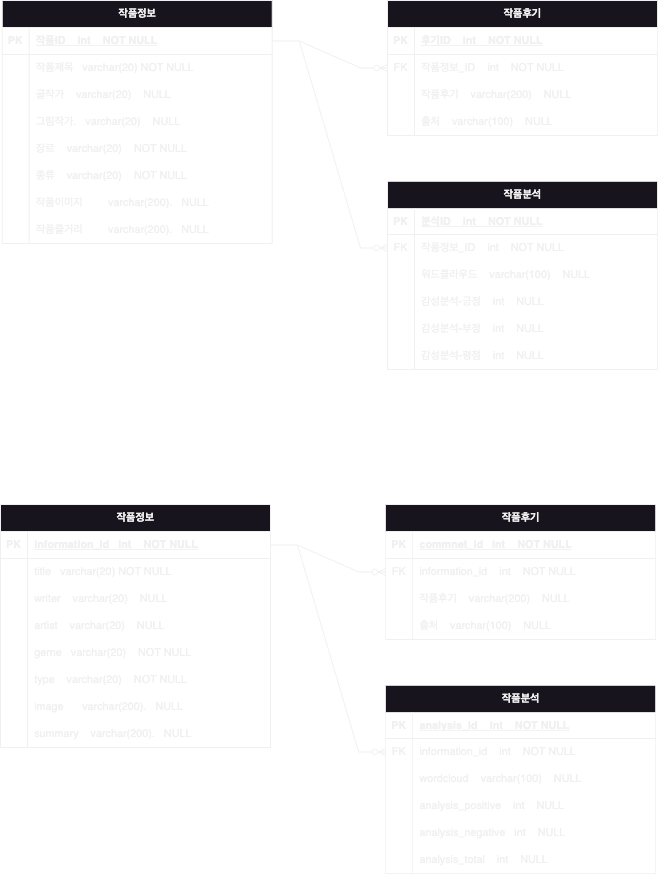
Above: Day22/ER다이어그램_보완.png in HyeJin-Lee-ROK/AI_Web_Program (draw.io), before the change. Source tidied: cells renumbered, new cells last; positions are measured from the earlier drawing's top-left corner, leaving out a move shared by most shapes.
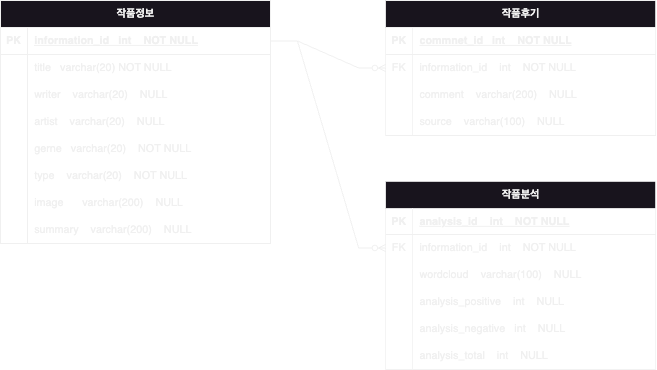
Above is the later version.

Commit message:
Day22 과제_이미지 수정

Change to the diagram source:
```diff
@@ -2,183 +2,6 @@
   <root>
     <mxCell id="0" />
     <mxCell id="1" parent="0" />
-    <mxCell id="2" value="작품후기" style="shape=table;startSize=30;rowLines=0;fontStyle=1;align=center;html=1;" parent="1" vertex="1">
-      <mxGeometry x="430" width="300" height="150" as="geometry" />
-    </mxCell>
-    <mxCell id="3" style="shape=tableRow;horizontal=0;startSize=0;swimlaneHead=0;swimlaneBody=0;fillColor=none;top=0;left=0;right=0;bottom=1;" parent="2" vertex="1">
-      <mxGeometry y="30" width="300" height="30" as="geometry" />
-    </mxCell>
-    <mxCell id="4" value="PK" style="shape=partialRectangle;fillColor=none;top=0;left=0;bottom=0;right=0;fontStyle=1;overflow=hidden;whiteSpace=wrap;html=1;" parent="3" vertex="1">
-      <mxGeometry width="30" height="30" as="geometry" />
-    </mxCell>
-    <mxCell id="5" value="후기ID&amp;nbsp; &amp;nbsp; int&amp;nbsp; &amp;nbsp; NOT NULL" style="shape=partialRectangle;fillColor=none;top=0;left=0;bottom=0;right=0;align=left;spacingLeft=6;fontStyle=5;overflow=hidden;whiteSpace=wrap;html=1;" parent="3" vertex="1">
-      <mxGeometry x="30" width="270" height="30" as="geometry" />
-    </mxCell>
-    <mxCell id="6" style="shape=tableRow;horizontal=0;startSize=0;swimlaneHead=0;swimlaneBody=0;fillColor=none;points=[[0,0.5],[1,0.5]];portConstraint=eastwest;top=0;left=0;right=0;bottom=0;" parent="2" vertex="1">
-      <mxGeometry y="60" width="300" height="30" as="geometry" />
-    </mxCell>
-    <mxCell id="7" value="FK" style="shape=partialRectangle;fillColor=none;top=0;left=0;bottom=0;right=0;overflow=hidden;whiteSpace=wrap;html=1;" parent="6" vertex="1">
-      <mxGeometry width="30" height="30" as="geometry" />
-    </mxCell>
-    <mxCell id="8" value="작품정보_ID&amp;nbsp; &amp;nbsp; int&amp;nbsp; &amp;nbsp; NOT NULL" style="shape=partialRectangle;fillColor=none;top=0;left=0;bottom=0;right=0;align=left;spacingLeft=6;overflow=hidden;whiteSpace=wrap;html=1;" parent="6" vertex="1">
-      <mxGeometry x="30" width="270" height="30" as="geometry" />
-    </mxCell>
-    <mxCell id="9" style="shape=tableRow;horizontal=0;startSize=0;swimlaneHead=0;swimlaneBody=0;fillColor=none;top=0;left=0;right=0;bottom=0;" parent="2" vertex="1">
-      <mxGeometry y="90" width="300" height="30" as="geometry" />
-    </mxCell>
-    <mxCell id="10" style="shape=partialRectangle;fillColor=none;top=0;left=0;bottom=0;right=0;overflow=hidden;whiteSpace=wrap;html=1;" parent="9" vertex="1">
-      <mxGeometry width="30" height="30" as="geometry" />
-    </mxCell>
-    <mxCell id="11" value="작품후기&amp;nbsp; &amp;nbsp; varchar(200)&amp;nbsp; &amp;nbsp; NULL" style="shape=partialRectangle;fillColor=none;top=0;left=0;bottom=0;right=0;align=left;spacingLeft=6;overflow=hidden;whiteSpace=wrap;html=1;" parent="9" vertex="1">
-      <mxGeometry x="30" width="270" height="30" as="geometry" />
-    </mxCell>
-    <mxCell id="12" style="shape=tableRow;horizontal=0;startSize=0;swimlaneHead=0;swimlaneBody=0;fillColor=none;top=0;left=0;right=0;bottom=0;" parent="2" vertex="1">
-      <mxGeometry y="120" width="300" height="30" as="geometry" />
-    </mxCell>
-    <mxCell id="13" style="shape=partialRectangle;fillColor=none;top=0;left=0;bottom=0;right=0;overflow=hidden;whiteSpace=wrap;html=1;" parent="12" vertex="1">
-      <mxGeometry width="30" height="30" as="geometry" />
-    </mxCell>
-    <mxCell id="14" value="출처&amp;nbsp; &amp;nbsp; varchar(100)&amp;nbsp; &amp;nbsp; NULL" style="shape=partialRectangle;fillColor=none;top=0;left=0;bottom=0;right=0;align=left;spacingLeft=6;overflow=hidden;whiteSpace=wrap;html=1;" parent="12" vertex="1">
-      <mxGeometry x="30" width="270" height="30" as="geometry" />
-    </mxCell>
-    <mxCell id="15" value="작품정보" style="shape=table;startSize=30;rowLines=0;fontStyle=1;align=center;html=1;" parent="1" vertex="1">
-      <mxGeometry x="2" width="300" height="270" as="geometry" />
-    </mxCell>
-    <mxCell id="16" style="shape=tableRow;horizontal=0;startSize=0;swimlaneHead=0;swimlaneBody=0;fillColor=none;points=[[0,0.5],[1,0.5]];portConstraint=eastwest;top=0;left=0;right=0;bottom=1;" parent="15" vertex="1">
-      <mxGeometry y="30" width="300" height="30" as="geometry" />
-    </mxCell>
-    <mxCell id="17" value="PK" style="shape=partialRectangle;fillColor=none;top=0;left=0;bottom=0;right=0;fontStyle=1;overflow=hidden;whiteSpace=wrap;html=1;" parent="16" vertex="1">
-      <mxGeometry width="30" height="30" as="geometry" />
-    </mxCell>
-    <mxCell id="18" value="작품ID&amp;nbsp; &amp;nbsp; int&amp;nbsp; &amp;nbsp; NOT NULL" style="shape=partialRectangle;fillColor=none;top=0;left=0;bottom=0;right=0;align=left;spacingLeft=6;fontStyle=5;overflow=hidden;whiteSpace=wrap;html=1;" parent="16" vertex="1">
-      <mxGeometry x="30" width="270" height="30" as="geometry" />
-    </mxCell>
-    <mxCell id="19" style="shape=tableRow;horizontal=0;startSize=0;swimlaneHead=0;swimlaneBody=0;fillColor=none;top=0;left=0;right=0;bottom=0;" parent="15" vertex="1">
-      <mxGeometry y="60" width="300" height="30" as="geometry" />
-    </mxCell>
-    <mxCell id="20" style="shape=partialRectangle;fillColor=none;top=0;left=0;bottom=0;right=0;overflow=hidden;whiteSpace=wrap;html=1;" parent="19" vertex="1">
-      <mxGeometry width="30" height="30" as="geometry" />
-    </mxCell>
-    <mxCell id="21" value="작품제목&amp;nbsp; &amp;nbsp;varchar(20) NOT NULL" style="shape=partialRectangle;fillColor=none;top=0;left=0;bottom=0;right=0;align=left;spacingLeft=6;overflow=hidden;whiteSpace=wrap;html=1;" parent="19" vertex="1">
-      <mxGeometry x="30" width="270" height="30" as="geometry" />
-    </mxCell>
-    <mxCell id="22" style="shape=tableRow;horizontal=0;startSize=0;swimlaneHead=0;swimlaneBody=0;fillColor=none;top=0;left=0;right=0;bottom=0;" parent="15" vertex="1">
-      <mxGeometry y="90" width="300" height="30" as="geometry" />
-    </mxCell>
-    <mxCell id="23" style="shape=partialRectangle;fillColor=none;top=0;left=0;bottom=0;right=0;overflow=hidden;whiteSpace=wrap;html=1;" parent="22" vertex="1">
-      <mxGeometry width="30" height="30" as="geometry" />
-    </mxCell>
-    <mxCell id="24" value="글작가&amp;nbsp; &amp;nbsp; varchar(20)&amp;nbsp; &amp;nbsp; NULL" style="shape=partialRectangle;fillColor=none;top=0;left=0;bottom=0;right=0;align=left;spacingLeft=6;overflow=hidden;whiteSpace=wrap;html=1;" parent="22" vertex="1">
-      <mxGeometry x="30" width="270" height="30" as="geometry" />
-    </mxCell>
-    <mxCell id="25" style="shape=tableRow;horizontal=0;startSize=0;swimlaneHead=0;swimlaneBody=0;fillColor=none;top=0;left=0;right=0;bottom=0;" parent="15" vertex="1">
-      <mxGeometry y="120" width="300" height="30" as="geometry" />
-    </mxCell>
-    <mxCell id="26" style="shape=partialRectangle;fillColor=none;top=0;left=0;bottom=0;right=0;overflow=hidden;whiteSpace=wrap;html=1;" parent="25" vertex="1">
-      <mxGeometry width="30" height="30" as="geometry" />
-    </mxCell>
-    <mxCell id="27" value="그림작가.&amp;nbsp; &amp;nbsp;varchar(20)&amp;nbsp; &amp;nbsp; NULL" style="shape=partialRectangle;fillColor=none;top=0;left=0;bottom=0;right=0;align=left;spacingLeft=6;overflow=hidden;whiteSpace=wrap;html=1;" parent="25" vertex="1">
-      <mxGeometry x="30" width="270" height="30" as="geometry" />
-    </mxCell>
-    <mxCell id="28" style="shape=tableRow;horizontal=0;startSize=0;swimlaneHead=0;swimlaneBody=0;fillColor=none;top=0;left=0;right=0;bottom=0;" parent="15" vertex="1">
-      <mxGeometry y="150" width="300" height="30" as="geometry" />
-    </mxCell>
-    <mxCell id="29" style="shape=partialRectangle;fillColor=none;top=0;left=0;bottom=0;right=0;overflow=hidden;whiteSpace=wrap;html=1;" parent="28" vertex="1">
-      <mxGeometry width="30" height="30" as="geometry" />
-    </mxCell>
-    <mxCell id="30" value="장르&amp;nbsp; &amp;nbsp; varchar(20)&amp;nbsp; &amp;nbsp; NOT NULL" style="shape=partialRectangle;fillColor=none;top=0;left=0;bottom=0;right=0;align=left;spacingLeft=6;overflow=hidden;whiteSpace=wrap;html=1;" parent="28" vertex="1">
-      <mxGeometry x="30" width="270" height="30" as="geometry" />
-    </mxCell>
-    <mxCell id="31" style="shape=tableRow;horizontal=0;startSize=0;swimlaneHead=0;swimlaneBody=0;fillColor=none;top=0;left=0;right=0;bottom=0;" parent="15" vertex="1">
-      <mxGeometry y="180" width="300" height="30" as="geometry" />
-    </mxCell>
-    <mxCell id="32" style="shape=partialRectangle;fillColor=none;top=0;left=0;bottom=0;right=0;overflow=hidden;whiteSpace=wrap;html=1;" parent="31" vertex="1">
-      <mxGeometry width="30" height="30" as="geometry" />
-    </mxCell>
-    <mxCell id="33" value="종류&amp;nbsp; &amp;nbsp; varchar(20)&amp;nbsp; &amp;nbsp; NOT NULL" style="shape=partialRectangle;fillColor=none;top=0;left=0;bottom=0;right=0;align=left;spacingLeft=6;overflow=hidden;whiteSpace=wrap;html=1;" parent="31" vertex="1">
-      <mxGeometry x="30" width="270" height="30" as="geometry" />
-    </mxCell>
-    <mxCell id="34" style="shape=tableRow;horizontal=0;startSize=0;swimlaneHead=0;swimlaneBody=0;fillColor=none;top=0;left=0;right=0;bottom=0;" parent="15" vertex="1">
-      <mxGeometry y="210" width="300" height="30" as="geometry" />
-    </mxCell>
-    <mxCell id="35" style="shape=partialRectangle;fillColor=none;top=0;left=0;bottom=0;right=0;overflow=hidden;whiteSpace=wrap;html=1;" parent="34" vertex="1">
-      <mxGeometry width="30" height="30" as="geometry" />
-    </mxCell>
-    <mxCell id="36" value="작품이미지&lt;span style=&quot;white-space: pre;&quot;&gt;&#9;&lt;/span&gt;varchar(200).&amp;nbsp; &amp;nbsp;NULL" style="shape=partialRectangle;fillColor=none;top=0;left=0;bottom=0;right=0;align=left;spacingLeft=6;overflow=hidden;whiteSpace=wrap;html=1;" parent="34" vertex="1">
-      <mxGeometry x="30" width="270" height="30" as="geometry" />
-    </mxCell>
-    <mxCell id="37" style="shape=tableRow;horizontal=0;startSize=0;swimlaneHead=0;swimlaneBody=0;fillColor=none;top=0;left=0;right=0;bottom=0;" parent="15" vertex="1">
-      <mxGeometry y="240" width="300" height="30" as="geometry" />
-    </mxCell>
-    <mxCell id="38" style="shape=partialRectangle;fillColor=none;top=0;left=0;bottom=0;right=0;overflow=hidden;whiteSpace=wrap;html=1;" parent="37" vertex="1">
-      <mxGeometry width="30" height="30" as="geometry" />
-    </mxCell>
-    <mxCell id="39" value="작품줄거리&lt;span style=&quot;white-space: pre;&quot;&gt;&#9;&lt;/span&gt;varchar(200).&amp;nbsp; &amp;nbsp;NULL" style="shape=partialRectangle;fillColor=none;top=0;left=0;bottom=0;right=0;align=left;spacingLeft=6;overflow=hidden;whiteSpace=wrap;html=1;" parent="37" vertex="1">
-      <mxGeometry x="30" width="270" height="30" as="geometry" />
-    </mxCell>
-    <mxCell id="40" value="작품분석" style="shape=table;startSize=30;rowLines=0;fontStyle=1;align=center;html=1;" parent="1" vertex="1">
-      <mxGeometry x="430" y="201" width="300" height="209" as="geometry" />
-    </mxCell>
-    <mxCell id="41" style="shape=tableRow;horizontal=0;startSize=0;swimlaneHead=0;swimlaneBody=0;fillColor=none;top=0;left=0;right=0;bottom=1;" parent="40" vertex="1">
-      <mxGeometry y="30" width="300" height="29" as="geometry" />
-    </mxCell>
-    <mxCell id="42" value="PK" style="shape=partialRectangle;fillColor=none;top=0;left=0;bottom=0;right=0;fontStyle=1;overflow=hidden;whiteSpace=wrap;html=1;" parent="41" vertex="1">
-      <mxGeometry width="30" height="29" as="geometry" />
-    </mxCell>
-    <mxCell id="43" value="분석ID&amp;nbsp; &amp;nbsp; int&amp;nbsp; &amp;nbsp; NOT NULL" style="shape=partialRectangle;fillColor=none;top=0;left=0;bottom=0;right=0;align=left;spacingLeft=6;fontStyle=5;overflow=hidden;whiteSpace=wrap;html=1;" parent="41" vertex="1">
-      <mxGeometry x="30" width="270" height="29" as="geometry" />
-    </mxCell>
-    <mxCell id="44" style="shape=tableRow;horizontal=0;startSize=0;swimlaneHead=0;swimlaneBody=0;fillColor=none;points=[[0,0.5],[1,0.5]];portConstraint=eastwest;top=0;left=0;right=0;bottom=0;" parent="40" vertex="1">
-      <mxGeometry y="59" width="300" height="30" as="geometry" />
-    </mxCell>
-    <mxCell id="45" value="FK" style="shape=partialRectangle;fillColor=none;top=0;left=0;bottom=0;right=0;overflow=hidden;whiteSpace=wrap;html=1;" parent="44" vertex="1">
-      <mxGeometry width="30" height="30" as="geometry" />
-    </mxCell>
-    <mxCell id="46" value="작품정보_ID&amp;nbsp; &amp;nbsp; int&amp;nbsp; &amp;nbsp; NOT NULL" style="shape=partialRectangle;fillColor=none;top=0;left=0;bottom=0;right=0;align=left;spacingLeft=6;overflow=hidden;whiteSpace=wrap;html=1;" parent="44" vertex="1">
-      <mxGeometry x="30" width="270" height="30" as="geometry" />
-    </mxCell>
-    <mxCell id="47" style="shape=tableRow;horizontal=0;startSize=0;swimlaneHead=0;swimlaneBody=0;fillColor=none;top=0;left=0;right=0;bottom=0;" parent="40" vertex="1">
-      <mxGeometry y="89" width="300" height="30" as="geometry" />
-    </mxCell>
-    <mxCell id="48" style="shape=partialRectangle;fillColor=none;top=0;left=0;bottom=0;right=0;overflow=hidden;whiteSpace=wrap;html=1;" parent="47" vertex="1">
-      <mxGeometry width="30" height="30" as="geometry" />
-    </mxCell>
-    <mxCell id="49" value="워드클라우드&amp;nbsp; &amp;nbsp; varchar(100)&amp;nbsp; &amp;nbsp; NULL" style="shape=partialRectangle;fillColor=none;top=0;left=0;bottom=0;right=0;align=left;spacingLeft=6;overflow=hidden;whiteSpace=wrap;html=1;" parent="47" vertex="1">
-      <mxGeometry x="30" width="270" height="30" as="geometry" />
-    </mxCell>
-    <mxCell id="50" style="shape=tableRow;horizontal=0;startSize=0;swimlaneHead=0;swimlaneBody=0;fillColor=none;top=0;left=0;right=0;bottom=0;" parent="40" vertex="1">
-      <mxGeometry y="119" width="300" height="30" as="geometry" />
-    </mxCell>
-    <mxCell id="51" style="shape=partialRectangle;fillColor=none;top=0;left=0;bottom=0;right=0;overflow=hidden;whiteSpace=wrap;html=1;" parent="50" vertex="1">
-      <mxGeometry width="30" height="30" as="geometry" />
-    </mxCell>
-    <mxCell id="52" value="감성분석-긍정&amp;nbsp; &amp;nbsp; int&amp;nbsp; &amp;nbsp; NULL" style="shape=partialRectangle;fillColor=none;top=0;left=0;bottom=0;right=0;align=left;spacingLeft=6;overflow=hidden;whiteSpace=wrap;html=1;" parent="50" vertex="1">
-      <mxGeometry x="30" width="270" height="30" as="geometry" />
-    </mxCell>
-    <mxCell id="53" style="shape=tableRow;horizontal=0;startSize=0;swimlaneHead=0;swimlaneBody=0;fillColor=none;top=0;left=0;right=0;bottom=0;" parent="40" vertex="1">
-      <mxGeometry y="149" width="300" height="30" as="geometry" />
-    </mxCell>
-    <mxCell id="54" style="shape=partialRectangle;fillColor=none;top=0;left=0;bottom=0;right=0;overflow=hidden;whiteSpace=wrap;html=1;" parent="53" vertex="1">
-      <mxGeometry width="30" height="30" as="geometry" />
-    </mxCell>
-    <mxCell id="55" value="감성분석-부정&amp;nbsp; &amp;nbsp; int&amp;nbsp; &amp;nbsp; NULL" style="shape=partialRectangle;fillColor=none;top=0;left=0;bottom=0;right=0;align=left;spacingLeft=6;overflow=hidden;whiteSpace=wrap;html=1;" parent="53" vertex="1">
-      <mxGeometry x="30" width="270" height="30" as="geometry" />
-    </mxCell>
-    <mxCell id="56" style="shape=tableRow;horizontal=0;startSize=0;swimlaneHead=0;swimlaneBody=0;fillColor=none;top=0;left=0;right=0;bottom=0;" parent="40" vertex="1">
-      <mxGeometry y="179" width="300" height="30" as="geometry" />
-    </mxCell>
-    <mxCell id="57" style="shape=partialRectangle;fillColor=none;top=0;left=0;bottom=0;right=0;overflow=hidden;whiteSpace=wrap;html=1;" parent="56" vertex="1">
-      <mxGeometry width="30" height="30" as="geometry" />
-    </mxCell>
-    <mxCell id="58" value="감성분석-평점&amp;nbsp; &amp;nbsp; int&amp;nbsp; &amp;nbsp; NULL" style="shape=partialRectangle;fillColor=none;top=0;left=0;bottom=0;right=0;align=left;spacingLeft=6;overflow=hidden;whiteSpace=wrap;html=1;" parent="56" vertex="1">
-      <mxGeometry x="30" width="270" height="30" as="geometry" />
-    </mxCell>
-    <mxCell id="59" style="edgeStyle=entityRelationEdgeStyle;fontSize=12;html=1;endArrow=ERzeroToMany;endFill=1;rounded=0;exitX=1;exitY=0.5;exitDx=0;exitDy=0;entryX=0;entryY=0.5;entryDx=0;entryDy=0;" parent="1" edge="1" source="16" target="6">
-      <mxGeometry relative="1" as="geometry" />
-    </mxCell>
-    <mxCell id="60" style="edgeStyle=entityRelationEdgeStyle;fontSize=12;html=1;endArrow=ERzeroToMany;endFill=1;rounded=0;exitX=1;exitY=0.5;exitDx=0;exitDy=0;entryX=0;entryY=0.5;entryDx=0;entryDy=0;" parent="1" edge="1" source="16" target="44">
-      <mxGeometry relative="1" as="geometry" />
-    </mxCell>
     <mxCell id="61" value="작품후기" style="shape=table;startSize=30;rowLines=0;fontStyle=1;align=center;html=1;" parent="1" vertex="1">
       <mxGeometry x="428" y="560" width="300" height="150" as="geometry" />
     </mxCell>
@@ -206,7 +29,7 @@
     <mxCell id="69" style="shape=partialRectangle;fillColor=none;top=0;left=0;bottom=0;right=0;overflow=hidden;whiteSpace=wrap;html=1;" parent="68" vertex="1">
       <mxGeometry width="30" height="30" as="geometry" />
     </mxCell>
-    <mxCell id="70" value="작품후기&amp;nbsp; &amp;nbsp; varchar(200)&amp;nbsp; &amp;nbsp; NULL" style="shape=partialRectangle;fillColor=none;top=0;left=0;bottom=0;right=0;align=left;spacingLeft=6;overflow=hidden;whiteSpace=wrap;html=1;" parent="68" vertex="1">
+    <mxCell id="70" value="comment&amp;nbsp; &amp;nbsp; varchar(200)&amp;nbsp; &amp;nbsp; NULL" style="shape=partialRectangle;fillColor=none;top=0;left=0;bottom=0;right=0;align=left;spacingLeft=6;overflow=hidden;whiteSpace=wrap;html=1;" parent="68" vertex="1">
       <mxGeometry x="30" width="270" height="30" as="geometry" />
     </mxCell>
     <mxCell id="71" style="shape=tableRow;horizontal=0;startSize=0;swimlaneHead=0;swimlaneBody=0;fillColor=none;top=0;left=0;right=0;bottom=0;" parent="61" vertex="1">
@@ -215,7 +38,7 @@
     <mxCell id="72" style="shape=partialRectangle;fillColor=none;top=0;left=0;bottom=0;right=0;overflow=hidden;whiteSpace=wrap;html=1;" parent="71" vertex="1">
       <mxGeometry width="30" height="30" as="geometry" />
     </mxCell>
-    <mxCell id="73" value="출처&amp;nbsp; &amp;nbsp; varchar(100)&amp;nbsp; &amp;nbsp; NULL" style="shape=partialRectangle;fillColor=none;top=0;left=0;bottom=0;right=0;align=left;spacingLeft=6;overflow=hidden;whiteSpace=wrap;html=1;" parent="71" vertex="1">
+    <mxCell id="73" value="source&amp;nbsp; &amp;nbsp; varchar(100)&amp;nbsp; &amp;nbsp; NULL" style="shape=partialRectangle;fillColor=none;top=0;left=0;bottom=0;right=0;align=left;spacingLeft=6;overflow=hidden;whiteSpace=wrap;html=1;" parent="71" vertex="1">
       <mxGeometry x="30" width="270" height="30" as="geometry" />
     </mxCell>
     <mxCell id="74" value="작품정보" style="shape=table;startSize=30;rowLines=0;fontStyle=1;align=center;html=1;" parent="1" vertex="1">
@@ -281,7 +104,7 @@
     <mxCell id="94" style="shape=partialRectangle;fillColor=none;top=0;left=0;bottom=0;right=0;overflow=hidden;whiteSpace=wrap;html=1;" parent="93" vertex="1">
       <mxGeometry width="30" height="30" as="geometry" />
     </mxCell>
-    <mxCell id="95" value="image&lt;span style=&quot;white-space: pre;&quot;&gt;&#9;&lt;/span&gt;varchar(200).&amp;nbsp; &amp;nbsp;NULL" style="shape=partialRectangle;fillColor=none;top=0;left=0;bottom=0;right=0;align=left;spacingLeft=6;overflow=hidden;whiteSpace=wrap;html=1;" parent="93" vertex="1">
+    <mxCell id="95" value="image&lt;span style=&quot;white-space: pre;&quot;&gt;&#9;&lt;/span&gt;varchar(200)&amp;nbsp; &amp;nbsp; NULL" style="shape=partialRectangle;fillColor=none;top=0;left=0;bottom=0;right=0;align=left;spacingLeft=6;overflow=hidden;whiteSpace=wrap;html=1;" parent="93" vertex="1">
       <mxGeometry x="30" width="270" height="30" as="geometry" />
     </mxCell>
     <mxCell id="96" style="shape=tableRow;horizontal=0;startSize=0;swimlaneHead=0;swimlaneBody=0;fillColor=none;top=0;left=0;right=0;bottom=0;" parent="74" vertex="1">
@@ -290,7 +113,7 @@
     <mxCell id="97" style="shape=partialRectangle;fillColor=none;top=0;left=0;bottom=0;right=0;overflow=hidden;whiteSpace=wrap;html=1;" parent="96" vertex="1">
       <mxGeometry width="30" height="30" as="geometry" />
     </mxCell>
-    <mxCell id="98" value="summary&amp;nbsp; &amp;nbsp; varchar(200).&amp;nbsp; &amp;nbsp;NULL" style="shape=partialRectangle;fillColor=none;top=0;left=0;bottom=0;right=0;align=left;spacingLeft=6;overflow=hidden;whiteSpace=wrap;html=1;" parent="96" vertex="1">
+    <mxCell id="98" value="summary&amp;nbsp; &amp;nbsp; varchar(200)&amp;nbsp; &amp;nbsp; NULL" style="shape=partialRectangle;fillColor=none;top=0;left=0;bottom=0;right=0;align=left;spacingLeft=6;overflow=hidden;whiteSpace=wrap;html=1;" parent="96" vertex="1">
       <mxGeometry x="30" width="270" height="30" as="geometry" />
     </mxCell>
     <mxCell id="99" value="작품분석" style="shape=table;startSize=30;rowLines=0;fontStyle=1;align=center;html=1;" parent="1" vertex="1">
```
